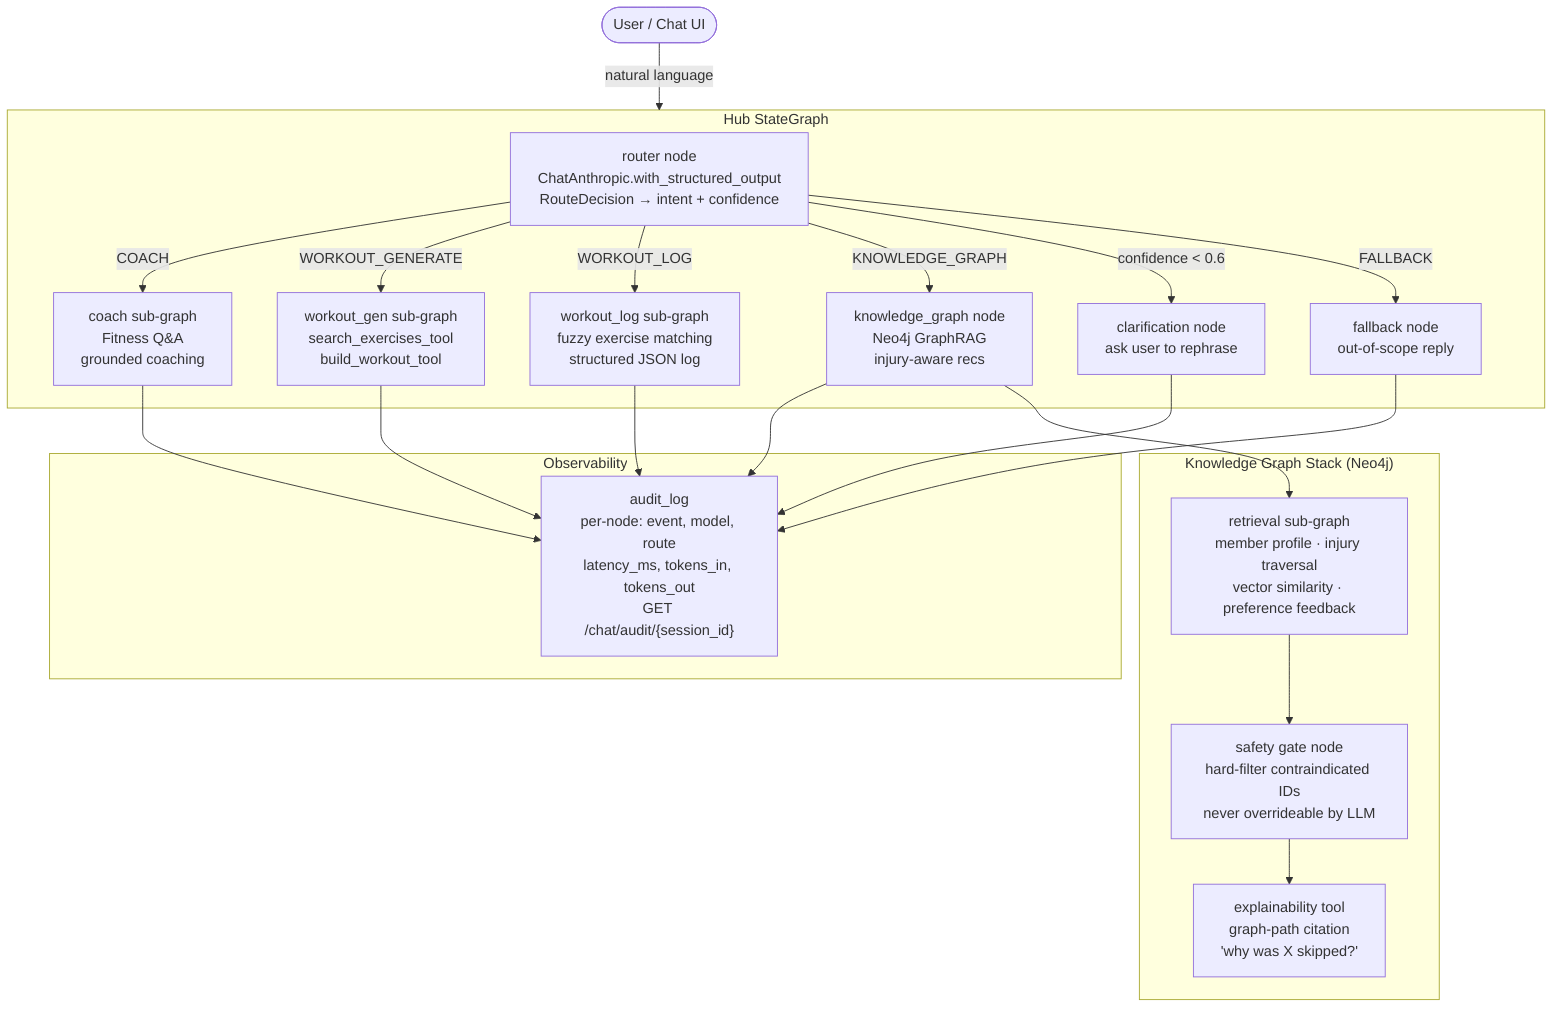
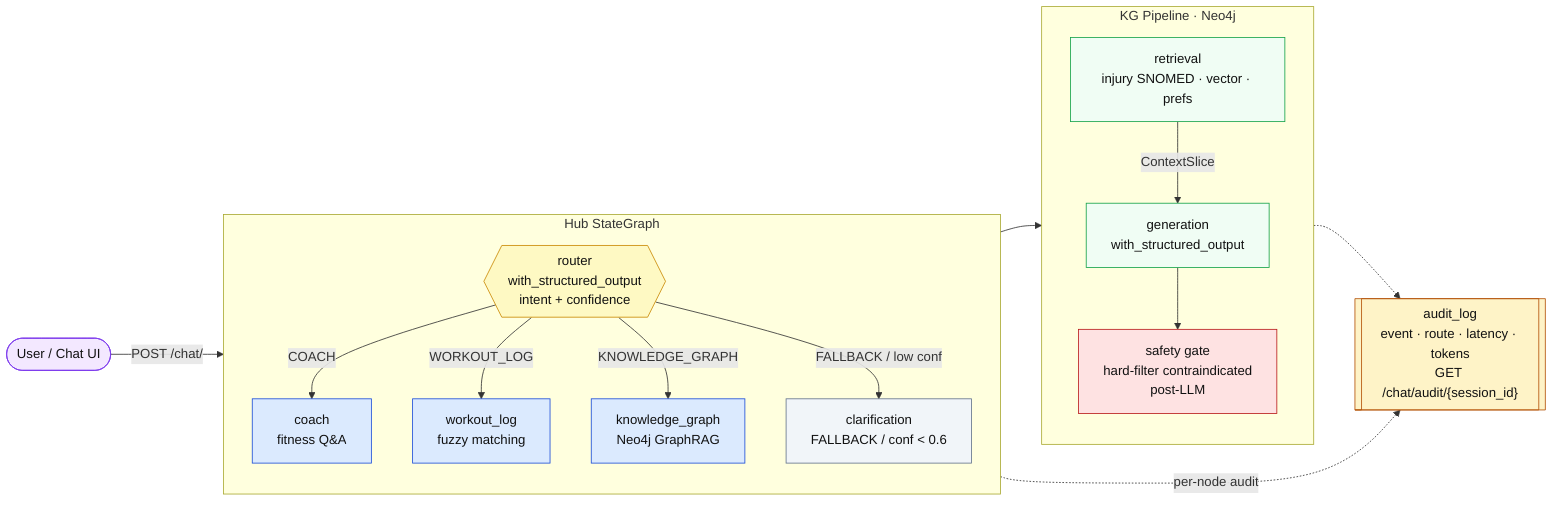
- flowchart TD
-     User([User / Chat UI]) -->|natural language| HUB
+ flowchart LR
+     User([User / Chat UI])

    subgraph HUB["Hub StateGraph"]
-         ROUTER["router node\nChatAnthropic.with_structured_output\nRouteDecision → intent + confidence"]
-         ROUTER -->|COACH| COACH["coach sub-graph\nFitness Q&A\ngrounded coaching"]
-         ROUTER -->|WORKOUT_GENERATE| GEN["workout_gen sub-graph\nsearch_exercises_tool\nbuild_workout_tool"]
-         ROUTER -->|WORKOUT_LOG| LOG["workout_log sub-graph\nfuzzy exercise matching\nstructured JSON log"]
-         ROUTER -->|KNOWLEDGE_GRAPH| KG["knowledge_graph node\nNeo4j GraphRAG\ninjury-aware recs"]
-         ROUTER -->|confidence < 0.6| CLARIFY["clarification node\nask user to rephrase"]
-         ROUTER -->|FALLBACK| FB["fallback node\nout-of-scope reply"]
+         direction TB
+         ROUTER{{"router\nwith_structured_output\nintent + confidence"}}
+         COACH["coach\nfitness Q&A"]
+         LOG["workout_log\nfuzzy matching"]
+         KG["knowledge_graph\nNeo4j GraphRAG"]
+         CLARIFY["clarification\nFALLBACK / conf < 0.6"]
+         ROUTER -->|COACH| COACH
+         ROUTER -->|WORKOUT_LOG| LOG
+         ROUTER -->|KNOWLEDGE_GRAPH| KG
+         ROUTER -->|FALLBACK / low conf| CLARIFY
    end

-     COACH --> AUDIT
-     GEN --> AUDIT
-     LOG --> AUDIT
-     KG --> AUDIT
-     CLARIFY --> AUDIT
-     FB --> AUDIT
- 
-     subgraph OBS["Observability"]
-         AUDIT["audit_log\nper-node: event, model, route\nlatency_ms, tokens_in, tokens_out\nGET /chat/audit/{session_id}"]
+     subgraph KGP["KG Pipeline · Neo4j"]
+         direction TB
+         RETRIEVAL["retrieval\ninjury SNOMED · vector · prefs"]
+         GEN["generation\nwith_structured_output"]
+         SAFETY["safety gate\nhard-filter contraindicated\npost-LLM"]
+         RETRIEVAL -->|ContextSlice| GEN --> SAFETY
    end

-     subgraph KGSTACK["Knowledge Graph Stack (Neo4j)"]
-         RETRIEVAL["retrieval sub-graph\nmember profile · injury traversal\nvector similarity · preference feedback"]
-         SAFETY["safety gate node\nhard-filter contraindicated IDs\nnever overrideable by LLM"]
-         EXPLAIN["explainability tool\ngraph-path citation\n'why was X skipped?'"]
-         RETRIEVAL --> SAFETY --> EXPLAIN
-     end
+     AUDIT[["audit_log\nevent · route · latency · tokens\nGET /chat/audit/{session_id}"]]

+     User -->|POST /chat/| ROUTER
    KG --> RETRIEVAL
+     HUB -.->|per-node audit| AUDIT
+     KGP -.-> AUDIT
+ 
+     classDef router fill:#fef9c3,stroke:#ca8a04,color:#111;
+     classDef agent fill:#dbeafe,stroke:#1d4ed8,color:#111;
+     classDef static fill:#f1f5f9,stroke:#64748b,color:#111;
+     classDef kg fill:#f0fdf4,stroke:#16a34a,color:#111;
+     classDef safety fill:#fee2e2,stroke:#b91c1c,color:#111;
+     classDef store fill:#fef3c7,stroke:#b45309,color:#111;
+     classDef actor fill:#f3e8ff,stroke:#7c3aed,color:#111;
+ 
+     class ROUTER router;
+     class COACH,LOG,KG agent;
+     class CLARIFY static;
+     class RETRIEVAL,GEN kg;
+     class SAFETY safety;
+     class AUDIT store;
+     class User actor;
